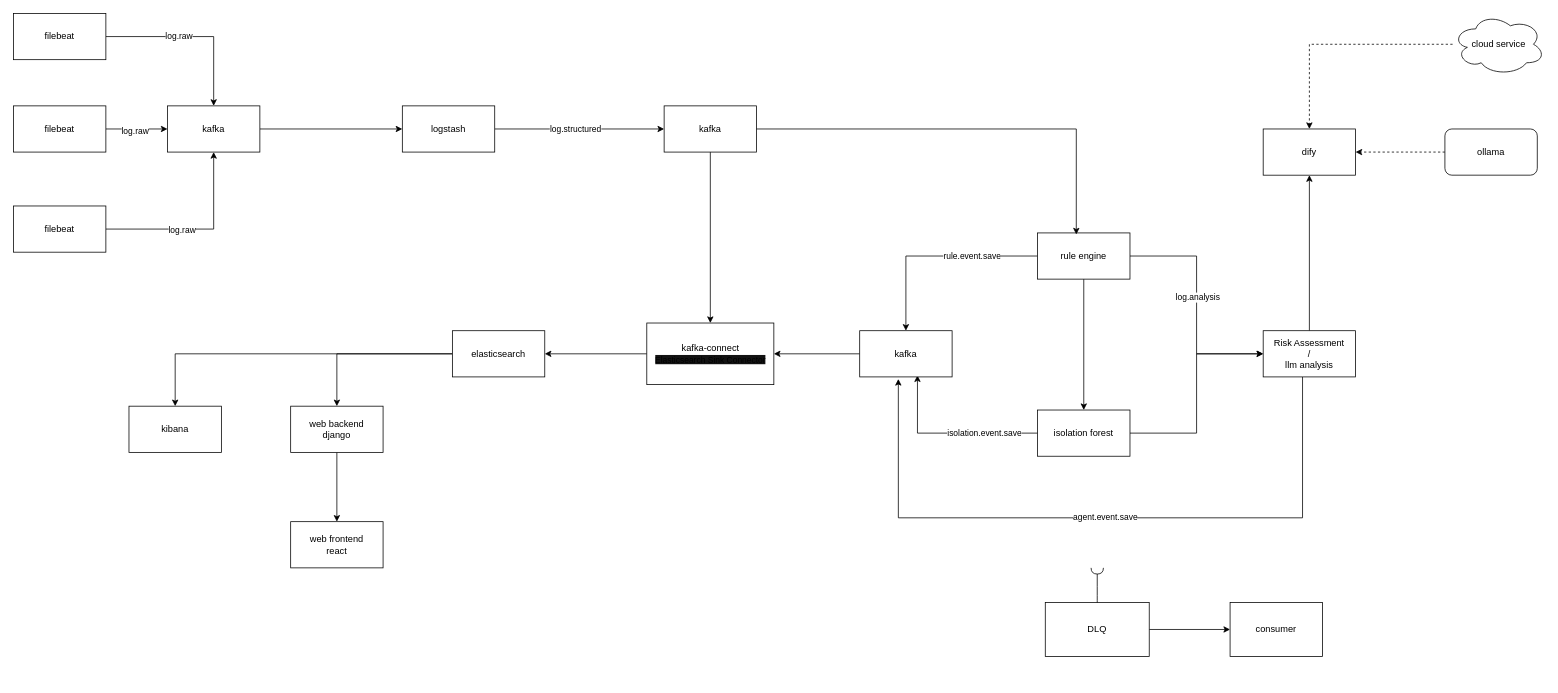
Above: docs/develop/system-design/feature-architecture/current.drawio in northridgedesertcat/AuditWeaver (draw.io), before the change. Source tidied: cells renumbered, new cells numbered last; positions are measured from the earlier drawing's top-left corner, leaving out a move shared by most shapes. Both pictures are drawn from the tidied source at 77%, with x=0, y=0 at pixel (13, 13).
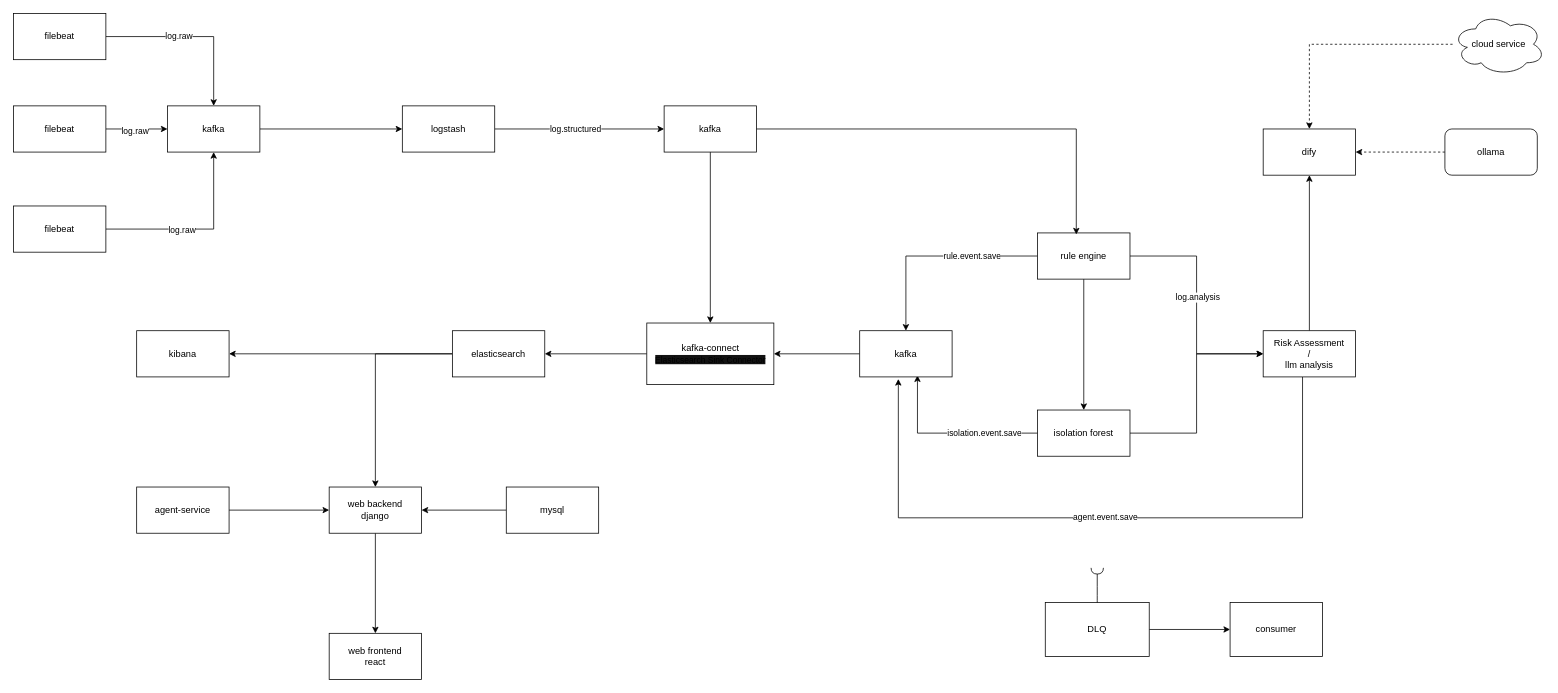
Above is the later version.

Commit message (it also covers changes not shown here):
update architecture diagram.

The change refers to these unchanged cells:
```xml
<mxCell id="20" value="elasticsearch" style="rounded=0;whiteSpace=wrap;html=1;" parent="1" vertex="1">
  <mxGeometry x="570" y="412" width="120" height="60" as="geometry" />
</mxCell>
```

Diff of the diagram source:
```diff
@@
+    <mxCell id="19" style="edgeStyle=orthogonalEdgeStyle;rounded=0;jettySize=auto;html=1;entryX=0.5;entryY=0;entryDx=0;entryDy=0;" parent="1" edge="1" source="20" target="38">
+      <mxGeometry relative="1" as="geometry" />
+    </mxCell>
-    <mxCell id="18" style="edgeStyle=orthogonalEdgeStyle;rounded=0;jettySize=auto;html=1;entryX=0.5;entryY=0;entryDx=0;entryDy=0;" parent="1" edge="1" source="20" target="28">
+    <mxCell id="18" style="edgeStyle=orthogonalEdgeStyle;rounded=0;jettySize=auto;html=1;" parent="1" edge="1" source="20" target="28">
       <mxGeometry relative="1" as="geometry" />
     </mxCell>
-    <mxCell id="19" style="edgeStyle=orthogonalEdgeStyle;rounded=0;jettySize=auto;html=1;entryX=0.5;entryY=0;entryDx=0;entryDy=0;" parent="1" edge="1" source="20" target="38">
-      <mxGeometry relative="1" as="geometry" />
-    </mxCell>
@@
     <mxCell id="28" value="kibana" style="rounded=0;whiteSpace=wrap;html=1;" parent="1" vertex="1">
-      <mxGeometry x="150" y="510" width="120" height="60" as="geometry" />
+      <mxGeometry x="160" y="412" width="120" height="60" as="geometry" />
     </mxCell>
@@
     <mxCell id="38" value="&lt;div&gt;web backend&lt;/div&gt;django" style="rounded=0;whiteSpace=wrap;html=1;" parent="1" vertex="1">
-      <mxGeometry x="360" y="510" width="120" height="60" as="geometry" />
+      <mxGeometry x="410" y="615" width="120" height="60" as="geometry" />
     </mxCell>
     <mxCell id="39" value="&lt;div&gt;web frontend&lt;/div&gt;react" style="rounded=0;whiteSpace=wrap;html=1;" parent="1" vertex="1">
-      <mxGeometry x="360" y="660" width="120" height="60" as="geometry" />
+      <mxGeometry x="410" y="805" width="120" height="60" as="geometry" />
     </mxCell>
@@
+    <mxCell id="55" style="edgeStyle=orthogonalEdgeStyle;rounded=0;jettySize=auto;html=1;entryX=1;entryY=0.5;entryDx=0;entryDy=0;" parent="1" edge="1" source="56" target="38">
+      <mxGeometry relative="1" as="geometry" />
+    </mxCell>
+    <mxCell id="56" value="mysql" style="rounded=0;whiteSpace=wrap;html=1;" parent="1" vertex="1">
+      <mxGeometry x="640" y="615" width="120" height="60" as="geometry" />
+    </mxCell>
+    <mxCell id="57" style="edgeStyle=orthogonalEdgeStyle;rounded=0;jettySize=auto;html=1;entryX=0;entryY=0.5;entryDx=0;entryDy=0;" parent="1" edge="1" source="58" target="38">
+      <mxGeometry relative="1" as="geometry" />
+    </mxCell>
+    <mxCell id="58" value="agent-service" style="rounded=0;whiteSpace=wrap;html=1;" parent="1" vertex="1">
+      <mxGeometry x="160" y="615" width="120" height="60" as="geometry" />
+    </mxCell>
```
